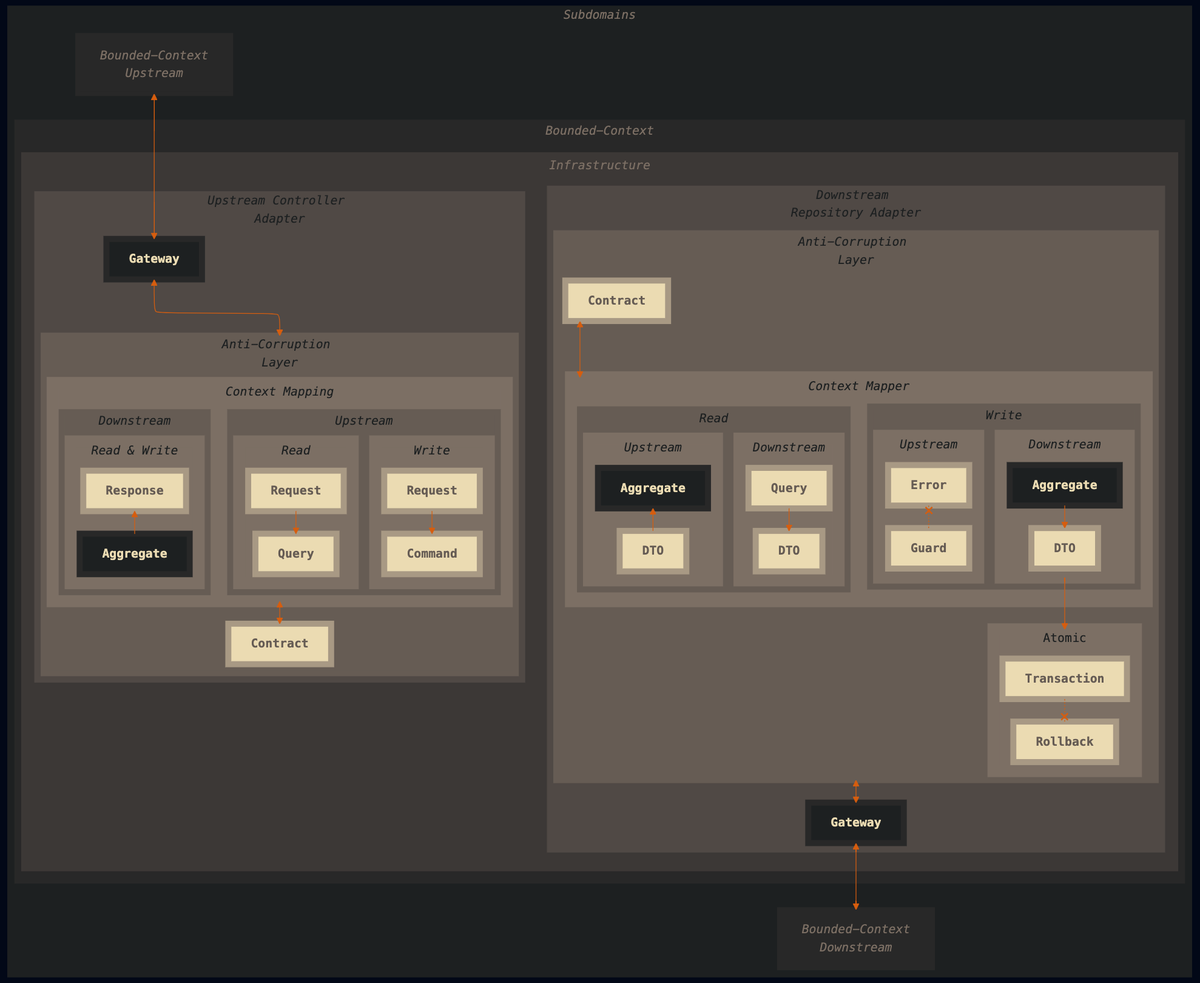
Earlier version of the Mermaid export diagrams/anti-corruption-layer-context-mapping.png (superhero/handbook). Its source is kept beside it as diagrams/anti-corruption-layer-context-mapping.mermaid.
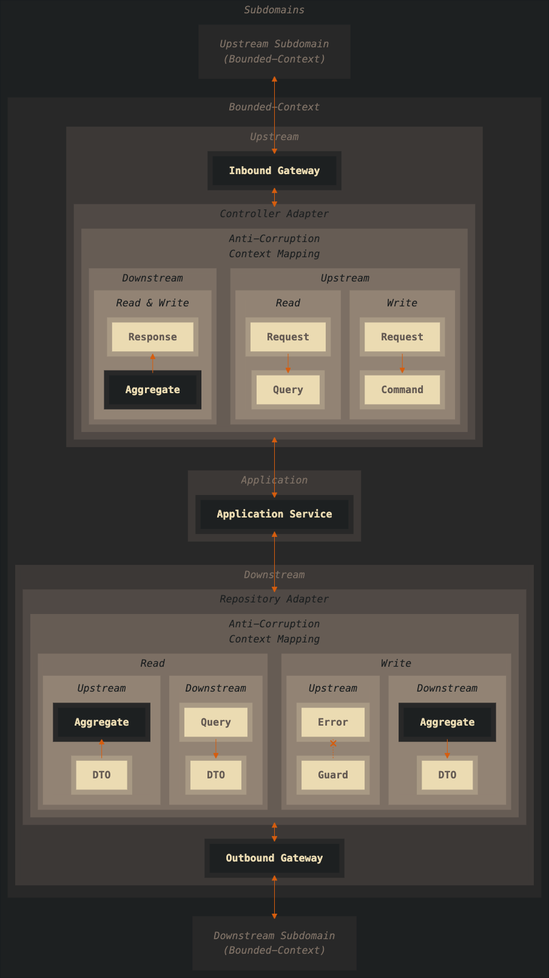
Above is the later version.

What changed in the source:
```diff
@@ -13,104 +13,94 @@
 flowchart TB
     subgraph Subdomains["_Subdomains_"]
         subgraph ImplementedBoundedContext["_Bounded-Context_"]
-            subgraph Infrastructure["_Infrastructure_"]
-                subgraph Controller["_Upstream Controller Adapter_"]
-                    subgraph ControllerACL["_Anti-Corruption Layer_"]
-                        subgraph ControllerContextMapper[_Context Mapper_]
-                            subgraph UpstreamControllerContextMapper["_Upstream_"]
-                                subgraph ControllerWriteModel["_Write_"]
-                                    UpstreamControllerWriteModelRequest[Request] --> ControllerCommand[Command]
-                                end
-
-                                subgraph ControllerReadModel["_Read_"]
-                                    UpstreamControllerReadModelRequest[Request] --> ControllerQuery[Query]
-                                end
+            subgraph Controller["_Upstream_"]
+                subgraph ControllerACL["_Controller Adapter_"]
+                    subgraph ControllerContextMapper[_Anti-Corruption<br>Context Mapping_]
+                        subgraph UpstreamControllerContextMapper["_Upstream_"]
+                            subgraph ControllerWriteModel["_Write_"]
+                                UpstreamControllerWriteModelRequest[Request] --> ControllerCommand[Command]
                             end
 
-                            subgraph DownstreamControllerContextMapper["_Downstream_"]
-                                subgraph DownstreamControllerReadWriteModel["_Read & Write_"]
-                                    direction BT
-                                    DownstreamControllerSchema["Aggregate"] --> DownstreamResponse[Response]
-                                end
+                            subgraph ControllerReadModel["_Read_"]
+                                UpstreamControllerReadModelRequest[Request] --> ControllerQuery[Query]
                             end
                         end
 
-                        ControllerContextMapper <--> ControllerContract[Contract]
+                        subgraph DownstreamControllerContextMapper["_Downstream_"]
+                            subgraph DownstreamControllerReadWriteModel["_Read & Write_"]
+                                direction BT
+                                DownstreamControllerSchema["Aggregate"] --> DownstreamResponse[Response]
+                            end
+                        end
                     end
-
-                    ControllerGateway ~~~ ControllerACL
-                    ControllerGateway[Gateway] <--> ControllerACL
-                    ControllerGateway ~~~ ControllerACL
-                    ControllerGateway ~~~ ControllerACL
-                    ControllerGateway ~~~ ControllerACL
                 end
 
-                subgraph Repository["_Downstream Repository Adapter_"]
-                    subgraph RepositoryACL["_Anti-Corruption Layer_"]
-                        subgraph RepositoryContextMapper["_Context Mapper_"]
-                            subgraph RepositoryWriteModel["_Write_"]
-                                subgraph DownstreamRepositoryWriteModel["_Downstream_"]
-                                    DownstreamRepositorySchema["Aggregate"] --> WriteModelDownstreamRepositoryDTO[DTO]
-                                end
+                ControllerGateway[Inbound Gateway] <--> ControllerACL
+            end
 
-                                subgraph UpstreamRepositoryWriteModel["_Upstream_"]
-                                    direction BT
-                                    UpstreamRepositoryGuard[Guard] -.-x UpstreamRepositorySchema["Error"]
-                                end
+            subgraph Repository["_Downstream_"]
+                subgraph RepositoryACL["_Repository Adapter_"]
+                    subgraph RepositoryContextMapper["_Anti-Corruption<br>Context Mapping_"]
+                        subgraph RepositoryWriteModel["_Write_"]
+                            subgraph DownstreamRepositoryWriteModel["_Downstream_"]
+                                DownstreamRepositorySchema["Aggregate"] --> WriteModelDownstreamRepositoryDTO[DTO]
                             end
 
-                            subgraph RepositoryReadModel["_Read_"]
-                                subgraph DownstreamRepositoryReadModel["_Downstream_"]
-                                    RepositoryQuery[Query] --> ReadModelDownstreamRepositoryDTO[DTO]
-                                end
-
-                                subgraph UpstreamRepositoryReadModel["_Upstream_"]
-                                    direction BT
-                                    UpstreamRepositoryReadModelDTO[DTO] --> UpstreamRepositoryReadModelSchema["Aggregate"]
-                                end
+                            subgraph UpstreamRepositoryWriteModel["_Upstream_"]
+                                direction BT
+                                UpstreamRepositoryGuard[Guard] -.-x UpstreamRepositorySchema["Error"]
                             end
                         end
 
-                        subgraph RepositoryAtomic[Atomic]
-                            RepositoryAtomicTransaction[Transaction] -.-x RepositoryAtomicRollback[Rollback]
+                        subgraph RepositoryReadModel["_Read_"]
+                            subgraph DownstreamRepositoryReadModel["_Downstream_"]
+                                RepositoryQuery[Query] --> ReadModelDownstreamRepositoryDTO[DTO]
+                            end
+
+                            subgraph UpstreamRepositoryReadModel["_Upstream_"]
+                                direction BT
+                                UpstreamRepositoryReadModelDTO[DTO] --> UpstreamRepositoryReadModelSchema["Aggregate"]
+                            end
                         end
+                    end
+                end
 
-                        RepositoryContract[Contract]    <--> RepositoryContextMapper
-                        RepositoryContract              ~~~~ RepositoryContextMapper
-                        RepositoryContract              ~~~~ RepositoryContextMapper
-                        RepositoryContract              ~~~~ RepositoryContextMapper
-                        RepositoryContract              ~~~~ RepositoryContextMapper
-                        RepositoryContract              ~~~~ RepositoryContextMapper
-                        DownstreamRepositoryWriteModel  ---> RepositoryAtomic
-                    end
+                RepositoryACL <--> RepositoryGateway[Outbound Gateway]
+            end
 
-                    RepositoryACL <--> RepositoryGateway[Gateway]
-                end
+            subgraph Application["_Application_"]
+                ControllerACL
+                <--> ApplicationService["Application Service"]
+                <--> RepositoryACL
             end
+
+            Controller
+            ~~~ Application
+            ~~~ Repository
         end
 
-        ControllerBoundedContext["_Bounded-Context<br>Upstream_"] <--> ControllerGateway
-        RepositoryGateway <--> RepositoryBoundedContext["_Bounded-Context<br>Downstream_"]
+        ControllerBoundedContext["_Upstream Subdomain<br>(Bounded-Context)_"] <--> ControllerGateway
+        RepositoryGateway <--> RepositoryBoundedContext["_Downstream Subdomain<br>(Bounded-Context)_"]
     end
 
-    classDef nsDepth_1 fill:#1D2021,stroke:#1D2021,color:#7C6F64
-    classDef nsDepth_2 fill:#282828,stroke:#282828,color:#7C6F64,stroke-width:6px
-    classDef nsDepth_3 fill:#3C3836,stroke:#3C3836,color:#7C6F64,stroke-width:12px
-    classDef nsDepth_4 fill:#504945,stroke:#504945,color:#1D2021
+    classDef nsDepth_1 fill:#1D2021,stroke:#1D2021,color:#7C6F64,stroke-width:8px
+    classDef nsDepth_2 fill:#282828,stroke:#282828,color:#7C6F64,stroke-width:8px
+    classDef nsDepth_3 fill:#3C3836,stroke:#3C3836,color:#7C6F64,stroke-width:8px
+    classDef nsDepth_4 fill:#504945,stroke:#504945,color:#1D2021,stroke-width:8px
     classDef nsDepth_5 fill:#665C54,stroke:#665C54,color:#1D2021,stroke-width:8px
-    classDef nsDepth_6 fill:#7C6F64,stroke:#7C6F64,color:#1D2021,stroke-width:16px
+    classDef nsDepth_6 fill:#7C6F64,stroke:#7C6F64,color:#1D2021,stroke-width:8px
+    classDef nsDepth_7 fill:#928374,stroke:#928374,color:#1D2021,stroke-width:16px
 
     classDef implementation fill:#1D2021,stroke:#282828,font-weight:bold,stroke-width:8px,color:#EBDBB2
     classDef contract fill:#EBDBB2,stroke:#A89984,font-weight:bold,stroke-width:8px,color:#665C54
 
     class Subdomains nsDepth_1
     class ImplementedBoundedContext,ControllerBoundedContext,RepositoryBoundedContext nsDepth_2
-    class Infrastructure nsDepth_3
-    class Controller,Repository nsDepth_4
-    class ControllerACL,RepositoryACL nsDepth_5
-    class ControllerContextMapper,RepositoryContextMapper,RepositoryAtomic,DownstreamControllerReadWriteModel nsDepth_6
-    class UpstreamControllerContextMapper,DownstreamControllerContextMapper,RepositoryWriteModel,RepositoryReadModel nsDepth_5
-    class ControllerWriteModel,ControllerReadModel,UpstreamRepositoryWriteModel,UpstreamRepositoryReadModel,DownstreamRepositoryReadModel,DownstreamRepositoryWriteModel nsDepth_6
+    class Controller,Application,Repository nsDepth_3
+    class ControllerACL,RepositoryACL nsDepth_4
+    class ControllerContextMapper,RepositoryContextMapper nsDepth_5
+    class UpstreamControllerContextMapper,DownstreamControllerContextMapper,RepositoryWriteModel,RepositoryReadModel nsDepth_6
+    class DownstreamControllerReadWriteModel,ControllerWriteModel,ControllerReadModel,UpstreamRepositoryWriteModel,UpstreamRepositoryReadModel,DownstreamRepositoryReadModel,DownstreamRepositoryWriteModel nsDepth_7
 
-    class RepositoryAtomicTransaction,UpstreamControllerWriteModelRequest,UpstreamControllerReadModelRequest,DownstreamResponse,ControllerQuery,RepositoryQuery,ControllerCommand,RepositoryContract,ControllerContract,UpstreamRepositoryGuard,UpstreamRepositoryReadModelDTO,UpstreamRepositorySchema,WriteModelDownstreamRepositoryDTO,ReadModelDownstreamRepositoryDTO,RepositoryAtomicRollback contract
-    class UpstreamRepositoryReadModelSchema,DownstreamRepositorySchema,DownstreamControllerSchema,RepositoryGateway,RepositoryMapper,RepositoryGuard,ControllerMapper,ControllerGateway,ControllerAdapter,RepositoryAdapter implementation
+    class UpstreamControllerWriteModelRequest,UpstreamControllerReadModelRequest,DownstreamResponse,ControllerQuery,RepositoryQuery,ControllerCommand,RepositoryContract,ControllerContract,UpstreamRepositoryGuard,UpstreamRepositoryReadModelDTO,UpstreamRepositorySchema,WriteModelDownstreamRepositoryDTO,ReadModelDownstreamRepositoryDTO contract
+    class ApplicationService,UpstreamRepositoryReadModelSchema,DownstreamRepositorySchema,DownstreamControllerSchema,RepositoryGateway,RepositoryMapper,RepositoryGuard,ControllerMapper,ControllerGateway,ControllerAdapter,RepositoryAdapter implementation
```
